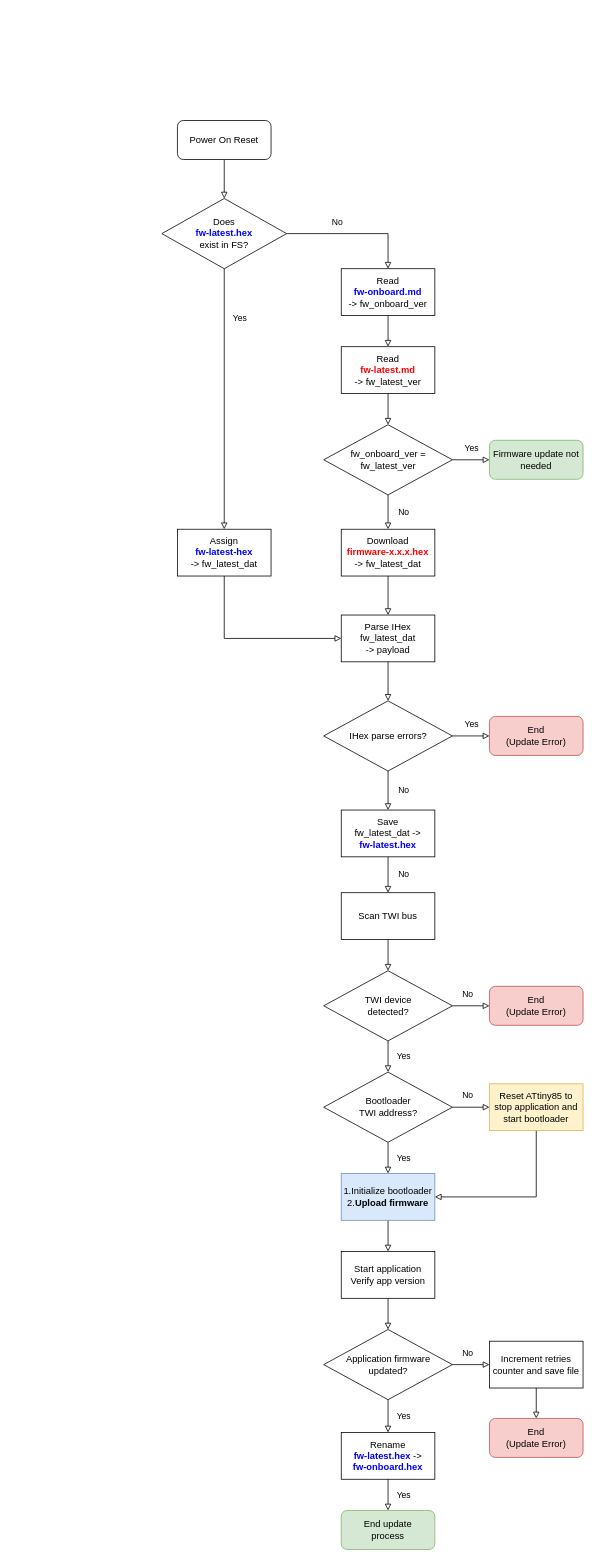
Earlier version of the draw.io diagram diagrams/Firmware-Update.drawio (casanovg/timonel-ota-demo). Source tidied: cells renumbered, new cells numbered last; positions are measured from the earlier drawing's top-left corner, leaving out a move shared by most shapes. Both pictures are drawn from the tidied source at 78%, with x=0, y=0 at pixel (161, 120).
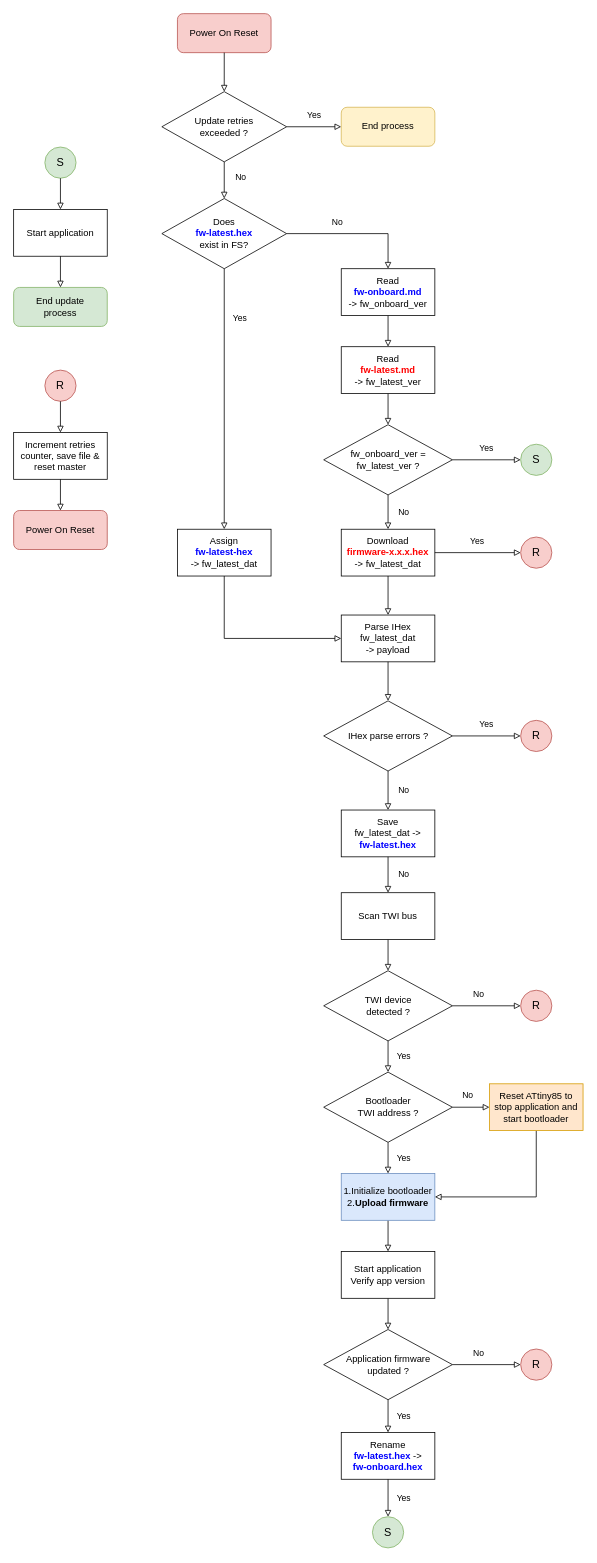
The same diagram, later.

The change refers to these unchanged cells:
```xml
<mxCell id="5" value="Does&lt;br&gt;&lt;font color=&quot;#0000ff&quot;&gt;&lt;b&gt;fw-latest.hex&lt;/b&gt;&lt;/font&gt;&lt;br&gt;exist in FS?" style="rhombus;whiteSpace=wrap;html=1;" parent="1" vertex="1">
  <mxGeometry y="100" width="160" height="90" as="geometry" />
</mxCell>
<mxCell id="25" value="&lt;div&gt;&lt;span&gt;1.Initialize bootloader&lt;/span&gt;&lt;/div&gt;2.&lt;b&gt;Upload firmware&lt;/b&gt;" style="rounded=0;whiteSpace=wrap;html=1;fillColor=#dae8fc;strokeColor=#6c8ebf;align=center;" parent="1" vertex="1">
  <mxGeometry x="230" y="1350" width="120" height="60" as="geometry" />
</mxCell>
<mxCell id="35" value="Rename&lt;br&gt;&lt;b&gt;&lt;font color=&quot;#0000ff&quot;&gt;fw-latest.hex&lt;/font&gt;&lt;/b&gt; -&amp;gt;&lt;br&gt;&lt;b&gt;&lt;font color=&quot;#0000ff&quot;&gt;fw-onboard.hex&lt;/font&gt;&lt;/b&gt;" style="rounded=0;whiteSpace=wrap;html=1;" parent="1" vertex="1">
  <mxGeometry x="230" y="1682" width="120" height="60" as="geometry" />
</mxCell>
<mxCell id="36" value="Download&lt;br&gt;&lt;font color=&quot;#ff0000&quot;&gt;&lt;b&gt;firmware-x.x.x.hex&lt;/b&gt;&lt;/font&gt;&lt;br&gt;-&amp;gt; &lt;font&gt;fw_latest_dat&lt;/font&gt;" style="rounded=0;whiteSpace=wrap;html=1;" parent="1" vertex="1">
  <mxGeometry x="230" y="524" width="120" height="60" as="geometry" />
</mxCell>
```

The edit, as a diff of the source:
```diff
@@
-    <mxCell id="2" style="edgeStyle=orthogonalEdgeStyle;rounded=0;jettySize=auto;html=1;entryX=0.5;entryY=0;entryDx=0;entryDy=0;strokeWidth=1;endArrow=block;endFill=0;strokeColor=#000000;" parent="1" edge="1" source="3" target="5">
-      <mxGeometry relative="1" as="geometry" />
+    <mxCell id="2" value="No" style="edgeStyle=orthogonalEdgeStyle;rounded=0;jettySize=auto;html=1;entryX=0.5;entryY=0;entryDx=0;entryDy=0;strokeWidth=1;endArrow=block;endFill=0;strokeColor=#000000;exitX=0.5;exitY=1;exitDx=0;exitDy=0;" parent="1" edge="1" source="60" target="5">
+      <mxGeometry x="-0.15" y="21" relative="1" as="geometry" />
     </mxCell>
-    <mxCell id="3" value="Power On Reset" style="rounded=1;whiteSpace=wrap;html=1;" parent="1" vertex="1">
-      <mxGeometry x="20" width="120" height="50" as="geometry" />
+    <mxCell id="3" value="Power On Reset" style="rounded=1;whiteSpace=wrap;html=1;fillColor=#f8cecc;strokeColor=#b85450;" parent="1" vertex="1">
+      <mxGeometry x="20" y="-137" width="120" height="50" as="geometry" />
     </mxCell>
@@
-    <mxCell id="12" value="fw_onboard_ver&amp;nbsp;=&lt;br&gt;fw_latest_ver" style="rhombus;whiteSpace=wrap;html=1;" parent="1" vertex="1">
+    <mxCell id="12" value="fw_onboard_ver&amp;nbsp;=&lt;br&gt;fw_latest_ver ?" style="rhombus;whiteSpace=wrap;html=1;" parent="1" vertex="1">
       <mxGeometry x="207.5" y="390" width="165" height="90" as="geometry" />
     </mxCell>
-    <mxCell id="13" value="Yes" style="edgeStyle=orthogonalEdgeStyle;rounded=0;jettySize=auto;html=1;endArrow=block;endFill=0;strokeColor=#000000;strokeWidth=1;exitX=1;exitY=0.5;exitDx=0;exitDy=0;entryX=0;entryY=0.5;entryDx=0;entryDy=0;" parent="1" edge="1" source="12" target="14">
+    <mxCell id="13" value="Yes" style="edgeStyle=orthogonalEdgeStyle;rounded=0;jettySize=auto;html=1;endArrow=block;endFill=0;strokeColor=#000000;strokeWidth=1;exitX=1;exitY=0.5;exitDx=0;exitDy=0;entryX=0;entryY=0.5;entryDx=0;entryDy=0;" parent="1" edge="1" source="12" target="70">
       <mxGeometry x="-0.03" y="15" relative="1" as="geometry">
         <mxPoint x="1" as="offset" />
       </mxGeometry>
     </mxCell>
-    <mxCell id="14" value="Firmware update not needed" style="rounded=1;whiteSpace=wrap;html=1;fillColor=#d5e8d4;strokeColor=#82b366;" parent="1" vertex="1">
-      <mxGeometry x="420" y="410" width="120" height="50" as="geometry" />
-    </mxCell>
@@
-    <mxCell id="17" value="No" style="edgeStyle=orthogonalEdgeStyle;rounded=0;jettySize=auto;html=1;exitX=1;exitY=0.5;exitDx=0;exitDy=0;entryX=0;entryY=0.5;entryDx=0;entryDy=0;endArrow=block;endFill=0;strokeColor=#000000;strokeWidth=1;" parent="1" edge="1" source="19" target="20">
+    <mxCell id="17" value="No" style="edgeStyle=orthogonalEdgeStyle;rounded=0;jettySize=auto;html=1;exitX=1;exitY=0.5;exitDx=0;exitDy=0;entryX=0;entryY=0.5;entryDx=0;entryDy=0;endArrow=block;endFill=0;strokeColor=#000000;strokeWidth=1;" parent="1" edge="1" source="19" target="57">
       <mxGeometry x="-0.26" y="15" relative="1" as="geometry">
         <mxPoint x="1" as="offset" />
       </mxGeometry>
     </mxCell>
@@
-    <mxCell id="19" value="TWI device&lt;br&gt;detected?" style="rhombus;whiteSpace=wrap;html=1;" parent="1" vertex="1">
+    <mxCell id="19" value="TWI device&lt;br&gt;detected ?" style="rhombus;whiteSpace=wrap;html=1;" parent="1" vertex="1">
       <mxGeometry x="207.5" y="1090" width="165" height="90" as="geometry" />
     </mxCell>
-    <mxCell id="20" value="End&lt;br&gt;(Update Error)" style="rounded=1;whiteSpace=wrap;html=1;fillColor=#f8cecc;strokeColor=#b85450;" parent="1" vertex="1">
-      <mxGeometry x="420" y="1110" width="120" height="50" as="geometry" />
-    </mxCell>
@@
-    <mxCell id="22" value="Bootloader&lt;br&gt;TWI address?" style="rhombus;whiteSpace=wrap;html=1;" parent="1" vertex="1">
+    <mxCell id="22" value="Bootloader&lt;br&gt;TWI address ?" style="rhombus;whiteSpace=wrap;html=1;" parent="1" vertex="1">
       <mxGeometry x="207.5" y="1220" width="165" height="90" as="geometry" />
     </mxCell>
@@
-    <mxCell id="29" value="Application firmware&lt;br&gt;updated?" style="rhombus;whiteSpace=wrap;html=1;" parent="1" vertex="1">
+    <mxCell id="29" value="Application firmware&lt;br&gt;updated ?" style="rhombus;whiteSpace=wrap;html=1;" parent="1" vertex="1">
       <mxGeometry x="207.5" y="1550" width="165" height="90" as="geometry" />
     </mxCell>
-    <mxCell id="30" value="No" style="edgeStyle=orthogonalEdgeStyle;rounded=0;jettySize=auto;html=1;entryX=0;entryY=0.5;entryDx=0;entryDy=0;endArrow=block;endFill=0;strokeColor=#000000;strokeWidth=1;exitX=1;exitY=0.5;exitDx=0;exitDy=0;" parent="1" edge="1" source="29" target="49">
+    <mxCell id="30" value="No" style="edgeStyle=orthogonalEdgeStyle;rounded=0;jettySize=auto;html=1;entryX=0;entryY=0.5;entryDx=0;entryDy=0;endArrow=block;endFill=0;strokeColor=#000000;strokeWidth=1;exitX=1;exitY=0.5;exitDx=0;exitDy=0;" parent="1" edge="1" source="29" target="59">
       <mxGeometry x="-0.26" y="15" relative="1" as="geometry">
         <mxPoint x="1" as="offset" />
       </mxGeometry>
     </mxCell>
-    <mxCell id="31" style="edgeStyle=orthogonalEdgeStyle;rounded=0;jettySize=auto;html=1;exitX=0.5;exitY=1;exitDx=0;exitDy=0;entryX=1;entryY=0.5;entryDx=0;entryDy=0;endArrow=block;endFill=0;strokeColor=#000000;strokeWidth=1;" parent="1" edge="1" source="32" target="25">
+    <mxCell id="31" style="edgeStyle=orthogonalEdgeStyle;rounded=0;jettySize=auto;html=1;exitX=0.5;exitY=1;exitDx=0;exitDy=0;endArrow=block;endFill=0;strokeColor=#000000;strokeWidth=1;entryX=1;entryY=0.5;entryDx=0;entryDy=0;" parent="1" edge="1" source="32" target="25">
       <mxGeometry relative="1" as="geometry" />
     </mxCell>
-    <mxCell id="32" value="Reset ATtiny85 to&lt;br&gt;stop application and&lt;br&gt;start bootloader&lt;br&gt;&lt;div&gt;&lt;/div&gt;" style="rounded=0;whiteSpace=wrap;html=1;fillColor=#fff2cc;strokeColor=#d6b656;align=center;" parent="1" vertex="1">
+    <mxCell id="32" value="Reset ATtiny85 to&lt;br&gt;stop application and&lt;br&gt;start bootloader&lt;br&gt;&lt;div&gt;&lt;/div&gt;" style="rounded=0;whiteSpace=wrap;html=1;align=center;fillColor=#ffe6cc;strokeColor=#d79b00;" parent="1" vertex="1">
       <mxGeometry x="420" y="1235" width="120" height="60" as="geometry" />
     </mxCell>
-    <mxCell id="33" value="End&lt;br&gt;(Update Error)" style="rounded=1;whiteSpace=wrap;html=1;fillColor=#f8cecc;strokeColor=#b85450;" parent="1" vertex="1">
-      <mxGeometry x="420" y="1664" width="120" height="50" as="geometry" />
-    </mxCell>
-    <mxCell id="34" value="End update&lt;br&gt;process" style="rounded=1;whiteSpace=wrap;html=1;fillColor=#d5e8d4;strokeColor=#82b366;" parent="1" vertex="1">
-      <mxGeometry x="230" y="1782" width="120" height="50" as="geometry" />
-    </mxCell>
@@
-    <mxCell id="40" value="IHex parse errors?" style="rhombus;whiteSpace=wrap;html=1;" parent="1" vertex="1">
+    <mxCell id="40" value="IHex parse errors ?" style="rhombus;whiteSpace=wrap;html=1;" parent="1" vertex="1">
       <mxGeometry x="207.5" y="744" width="165" height="90" as="geometry" />
     </mxCell>
@@
-    <mxCell id="43" value="End&lt;br&gt;(Update Error)" style="rounded=1;whiteSpace=wrap;html=1;fillColor=#f8cecc;strokeColor=#b85450;" parent="1" vertex="1">
-      <mxGeometry x="420" y="764" width="120" height="50" as="geometry" />
-    </mxCell>
@@
-    <mxCell id="45" value="Yes" style="edgeStyle=orthogonalEdgeStyle;rounded=0;jettySize=auto;html=1;endArrow=block;endFill=0;strokeColor=#000000;strokeWidth=1;exitX=1;exitY=0.5;exitDx=0;exitDy=0;entryX=0;entryY=0.5;entryDx=0;entryDy=0;" parent="1" edge="1" source="40" target="43">
+    <mxCell id="45" value="Yes" style="edgeStyle=orthogonalEdgeStyle;rounded=0;jettySize=auto;html=1;endArrow=block;endFill=0;strokeColor=#000000;strokeWidth=1;exitX=1;exitY=0.5;exitDx=0;exitDy=0;entryX=0;entryY=0.5;entryDx=0;entryDy=0;" parent="1" edge="1" source="40" target="56">
       <mxGeometry x="-0.03" y="15" relative="1" as="geometry">
         <mxPoint x="1" as="offset" />
       </mxGeometry>
     </mxCell>
-    <mxCell id="46" value="Yes" style="edgeStyle=orthogonalEdgeStyle;rounded=0;jettySize=auto;html=1;endArrow=block;endFill=0;strokeColor=#000000;strokeWidth=1;exitX=0.5;exitY=1;exitDx=0;exitDy=0;entryX=0.5;entryY=0;entryDx=0;entryDy=0;" parent="1" edge="1" source="35" target="34">
+    <mxCell id="46" value="Yes" style="edgeStyle=orthogonalEdgeStyle;rounded=0;jettySize=auto;html=1;endArrow=block;endFill=0;strokeColor=#000000;strokeWidth=1;exitX=0.5;exitY=1;exitDx=0;exitDy=0;entryX=0.5;entryY=0;entryDx=0;entryDy=0;" parent="1" edge="1" source="35" target="69">
       <mxGeometry y="20" relative="1" as="geometry" />
     </mxCell>
@@
-    <mxCell id="49" value="Increment retries counter and save file" style="rounded=0;whiteSpace=wrap;html=1;" parent="1" vertex="1">
-      <mxGeometry x="420" y="1565" width="120" height="60" as="geometry" />
-    </mxCell>
-    <mxCell id="50" style="edgeStyle=orthogonalEdgeStyle;rounded=0;jettySize=auto;html=1;exitX=0.5;exitY=1;exitDx=0;exitDy=0;endArrow=block;endFill=0;strokeColor=#000000;strokeWidth=1;entryX=0.5;entryY=0;entryDx=0;entryDy=0;" parent="1" edge="1" source="49" target="33">
-      <mxGeometry relative="1" as="geometry" />
-    </mxCell>
+    <mxCell id="51" value="&lt;font style=&quot;font-size: 14px&quot;&gt;S&lt;/font&gt;" style="ellipse;whiteSpace=wrap;html=1;fillColor=#d5e8d4;strokeColor=#82b366;" parent="1" vertex="1">
+      <mxGeometry x="-150" y="34" width="40" height="40" as="geometry" />
+    </mxCell>
+    <mxCell id="52" value="Start application" style="rounded=0;whiteSpace=wrap;html=1;" parent="1" vertex="1">
+      <mxGeometry x="-190" y="114" width="120" height="60" as="geometry" />
+    </mxCell>
+    <mxCell id="53" style="edgeStyle=orthogonalEdgeStyle;rounded=0;jettySize=auto;html=1;endArrow=block;endFill=0;strokeColor=#000000;strokeWidth=1;entryX=0.5;entryY=0;entryDx=0;entryDy=0;exitX=0.5;exitY=1;exitDx=0;exitDy=0;" parent="1" edge="1" source="51" target="52">
+      <mxGeometry x="-0.03" y="20" relative="1" as="geometry" />
+    </mxCell>
+    <mxCell id="54" value="Yes" style="edgeStyle=orthogonalEdgeStyle;rounded=0;jettySize=auto;html=1;endArrow=block;endFill=0;strokeColor=#000000;strokeWidth=1;exitX=1;exitY=0.5;exitDx=0;exitDy=0;entryX=0;entryY=0.5;entryDx=0;entryDy=0;" parent="1" edge="1" source="36" target="55">
+      <mxGeometry x="-0.03" y="15" relative="1" as="geometry">
+        <mxPoint x="1" as="offset" />
+      </mxGeometry>
+    </mxCell>
+    <mxCell id="55" value="&lt;font style=&quot;font-size: 14px&quot;&gt;R&lt;/font&gt;" style="ellipse;whiteSpace=wrap;html=1;fillColor=#f8cecc;strokeColor=#b85450;" parent="1" vertex="1">
+      <mxGeometry x="460" y="534" width="40" height="40" as="geometry" />
+    </mxCell>
+    <mxCell id="56" value="&lt;font style=&quot;font-size: 14px&quot;&gt;R&lt;/font&gt;" style="ellipse;whiteSpace=wrap;html=1;fillColor=#f8cecc;strokeColor=#b85450;" parent="1" vertex="1">
+      <mxGeometry x="460" y="769" width="40" height="40" as="geometry" />
+    </mxCell>
+    <mxCell id="57" value="&lt;font style=&quot;font-size: 14px&quot;&gt;R&lt;/font&gt;" style="ellipse;whiteSpace=wrap;html=1;fillColor=#f8cecc;strokeColor=#b85450;" parent="1" vertex="1">
+      <mxGeometry x="460" y="1115" width="40" height="40" as="geometry" />
+    </mxCell>
+    <mxCell id="34" value="End update&lt;br&gt;process" style="rounded=1;whiteSpace=wrap;html=1;fillColor=#d5e8d4;strokeColor=#82b366;" parent="1" vertex="1">
+      <mxGeometry x="-190" y="214" width="120" height="50" as="geometry" />
+    </mxCell>
+    <mxCell id="58" style="edgeStyle=orthogonalEdgeStyle;rounded=0;jettySize=auto;html=1;endArrow=block;endFill=0;strokeColor=#000000;strokeWidth=1;entryX=0.5;entryY=0;entryDx=0;entryDy=0;exitX=0.5;exitY=1;exitDx=0;exitDy=0;" parent="1" edge="1" source="52" target="34">
+      <mxGeometry x="-0.03" y="20" relative="1" as="geometry" />
+    </mxCell>
+    <mxCell id="59" value="&lt;font style=&quot;font-size: 14px&quot;&gt;R&lt;/font&gt;" style="ellipse;whiteSpace=wrap;html=1;fillColor=#f8cecc;strokeColor=#b85450;" parent="1" vertex="1">
+      <mxGeometry x="460" y="1575" width="40" height="40" as="geometry" />
+    </mxCell>
+    <mxCell id="60" value="Update retries&lt;br&gt;exceeded ?" style="rhombus;whiteSpace=wrap;html=1;" parent="1" vertex="1">
+      <mxGeometry y="-37" width="160" height="90" as="geometry" />
+    </mxCell>
+    <mxCell id="61" style="edgeStyle=orthogonalEdgeStyle;rounded=0;jettySize=auto;html=1;strokeWidth=1;endArrow=block;endFill=0;strokeColor=#000000;exitX=0.5;exitY=1;exitDx=0;exitDy=0;entryX=0.5;entryY=0;entryDx=0;entryDy=0;" parent="1" edge="1" source="3" target="60">
+      <mxGeometry x="-0.15" y="21" relative="1" as="geometry" />
+    </mxCell>
+    <mxCell id="62" value="Yes" style="edgeStyle=orthogonalEdgeStyle;rounded=0;jettySize=auto;html=1;endArrow=block;endFill=0;strokeColor=#000000;strokeWidth=1;entryX=0;entryY=0.5;entryDx=0;entryDy=0;exitX=1;exitY=0.5;exitDx=0;exitDy=0;" parent="1" edge="1" source="60" target="63">
+      <mxGeometry x="-0.03" y="15" relative="1" as="geometry">
+        <mxPoint x="1" as="offset" />
+      </mxGeometry>
+    </mxCell>
+    <mxCell id="63" value="End process" style="rounded=1;whiteSpace=wrap;html=1;fillColor=#fff2cc;strokeColor=#d6b656;" parent="1" vertex="1">
+      <mxGeometry x="230" y="-17" width="120" height="50" as="geometry" />
+    </mxCell>
+    <mxCell id="64" value="&lt;font style=&quot;font-size: 14px&quot;&gt;R&lt;/font&gt;" style="ellipse;whiteSpace=wrap;html=1;fillColor=#f8cecc;strokeColor=#b85450;" parent="1" vertex="1">
+      <mxGeometry x="-150" y="320" width="40" height="40" as="geometry" />
+    </mxCell>
+    <mxCell id="65" value="Increment retries counter, save file &amp;amp; reset master" style="rounded=0;whiteSpace=wrap;html=1;" parent="1" vertex="1">
+      <mxGeometry x="-190" y="400" width="120" height="60" as="geometry" />
+    </mxCell>
+    <mxCell id="66" style="edgeStyle=orthogonalEdgeStyle;rounded=0;jettySize=auto;html=1;endArrow=block;endFill=0;strokeColor=#000000;strokeWidth=1;entryX=0.5;entryY=0;entryDx=0;entryDy=0;exitX=0.5;exitY=1;exitDx=0;exitDy=0;" parent="1" edge="1" source="64" target="65">
+      <mxGeometry x="-0.03" y="20" relative="1" as="geometry" />
+    </mxCell>
+    <mxCell id="67" value="Power On Reset" style="rounded=1;whiteSpace=wrap;html=1;fillColor=#f8cecc;strokeColor=#b85450;" parent="1" vertex="1">
+      <mxGeometry x="-190" y="500" width="120" height="50" as="geometry" />
+    </mxCell>
+    <mxCell id="68" style="edgeStyle=orthogonalEdgeStyle;rounded=0;jettySize=auto;html=1;endArrow=block;endFill=0;strokeColor=#000000;strokeWidth=1;entryX=0.5;entryY=0;entryDx=0;entryDy=0;exitX=0.5;exitY=1;exitDx=0;exitDy=0;" parent="1" edge="1" source="65" target="67">
+      <mxGeometry x="-0.03" y="20" relative="1" as="geometry" />
+    </mxCell>
+    <mxCell id="69" value="&lt;font style=&quot;font-size: 14px&quot;&gt;S&lt;/font&gt;" style="ellipse;whiteSpace=wrap;html=1;fillColor=#d5e8d4;strokeColor=#82b366;" parent="1" vertex="1">
+      <mxGeometry x="270" y="1790" width="40" height="40" as="geometry" />
+    </mxCell>
+    <mxCell id="70" value="&lt;font style=&quot;font-size: 14px&quot;&gt;S&lt;/font&gt;" style="ellipse;whiteSpace=wrap;html=1;fillColor=#d5e8d4;strokeColor=#82b366;" parent="1" vertex="1">
+      <mxGeometry x="460" y="415" width="40" height="40" as="geometry" />
+    </mxCell>
```
